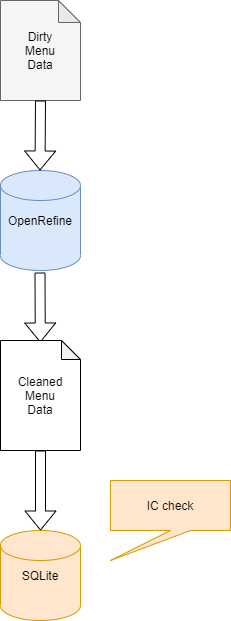
Before: Deliverables/Overall_Workflow.png, a diagram exported from draw.io (Yekai-Yu/DataCleaningFinalProject). Source tidied: cells renumbered, new cells last; positions are measured from the earlier drawing's top-left corner, leaving out a move shared by most shapes. Source of this version:
```xml
<mxGraphModel>
  <root>
    <mxCell id="0" />
    <mxCell id="1" parent="0" />
    <mxCell id="2" value="OpenRefine" style="shape=cylinder2;whiteSpace=wrap;html=1;boundedLbl=1;backgroundOutline=1;size=15;fillColor=#dae8fc;strokeColor=#6c8ebf;" parent="1" vertex="1">
      <mxGeometry y="170" width="80" height="100" as="geometry" />
    </mxCell>
    <mxCell id="3" style="shape=note;whiteSpace=wrap;html=1;backgroundOutline=1;darkOpacity=0.05;size=22;fillColor=#f5f5f5;strokeColor=#666666;fontColor=#333333;" parent="1" vertex="1">
      <mxGeometry width="80" height="100" as="geometry" />
    </mxCell>
    <mxCell id="4" style="shape=flexArrow;endArrow=classic;html=1;" parent="1" edge="1">
      <mxGeometry relative="1" as="geometry">
        <mxPoint x="40" y="100" as="sourcePoint" />
        <mxPoint x="39.5" y="170" as="targetPoint" />
      </mxGeometry>
    </mxCell>
    <mxCell id="5" style="shape=flexArrow;endArrow=classic;html=1;" parent="1" edge="1">
      <mxGeometry relative="1" as="geometry">
        <mxPoint x="39.5" y="272" as="sourcePoint" />
        <mxPoint x="39.8" y="342" as="targetPoint" />
      </mxGeometry>
    </mxCell>
    <mxCell id="6" value="Cleaned&lt;br&gt;Menu&lt;br&gt;Data" style="shape=note;whiteSpace=wrap;html=1;backgroundOutline=1;darkOpacity=0.05;size=19;" parent="1" vertex="1">
      <mxGeometry y="340" width="80" height="110" as="geometry" />
    </mxCell>
    <mxCell id="7" value="SQLite" style="shape=cylinder2;whiteSpace=wrap;html=1;boundedLbl=1;backgroundOutline=1;size=15;fillColor=#ffe6cc;strokeColor=#d79b00;" parent="1" vertex="1">
      <mxGeometry y="530" width="80" height="90" as="geometry" />
    </mxCell>
    <mxCell id="8" style="shape=flexArrow;endArrow=classic;html=1;exitX=0.5;exitY=1;exitDx=0;exitDy=0;exitPerimeter=0;" parent="1" edge="1" source="6">
      <mxGeometry relative="1" as="geometry">
        <mxPoint x="40" y="530" as="targetPoint" />
      </mxGeometry>
    </mxCell>
    <mxCell id="9" value="Dirty&lt;br&gt;Menu&lt;br&gt;Data" style="text;html=1;strokeColor=none;fillColor=none;align=center;verticalAlign=middle;whiteSpace=wrap;rounded=0;" parent="1" vertex="1">
      <mxGeometry x="20" y="40" width="40" height="20" as="geometry" />
    </mxCell>
    <mxCell id="10" value="IC check" style="shape=callout;whiteSpace=wrap;html=1;perimeter=calloutPerimeter;position2=0;fillColor=#ffe6cc;strokeColor=#d79b00;" parent="1" vertex="1">
      <mxGeometry x="110" y="480" width="120" height="80" as="geometry" />
    </mxCell>
  </root>
</mxGraphModel>
```
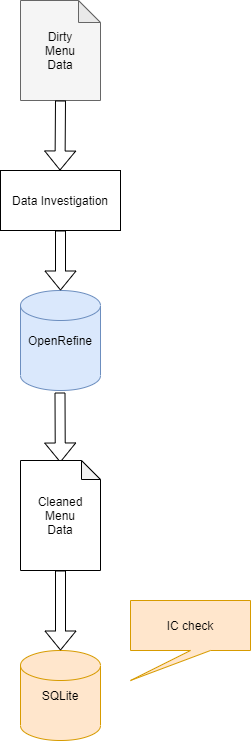
Later version of the same file.

Change to the diagram source:
```diff
@@ -6,12 +6,12 @@
       <mxGeometry y="170" width="80" height="100" as="geometry" />
     </mxCell>
     <mxCell id="3" style="shape=note;whiteSpace=wrap;html=1;backgroundOutline=1;darkOpacity=0.05;size=22;fillColor=#f5f5f5;strokeColor=#666666;fontColor=#333333;" parent="1" vertex="1">
-      <mxGeometry width="80" height="100" as="geometry" />
+      <mxGeometry y="-120" width="80" height="100" as="geometry" />
     </mxCell>
     <mxCell id="4" style="shape=flexArrow;endArrow=classic;html=1;" parent="1" edge="1">
       <mxGeometry relative="1" as="geometry">
-        <mxPoint x="40" y="100" as="sourcePoint" />
-        <mxPoint x="39.5" y="170" as="targetPoint" />
+        <mxPoint x="40" y="-20" as="sourcePoint" />
+        <mxPoint x="39.5" y="50" as="targetPoint" />
       </mxGeometry>
     </mxCell>
     <mxCell id="5" style="shape=flexArrow;endArrow=classic;html=1;" parent="1" edge="1">
@@ -32,10 +32,18 @@
       </mxGeometry>
     </mxCell>
     <mxCell id="9" value="Dirty&lt;br&gt;Menu&lt;br&gt;Data" style="text;html=1;strokeColor=none;fillColor=none;align=center;verticalAlign=middle;whiteSpace=wrap;rounded=0;" parent="1" vertex="1">
-      <mxGeometry x="20" y="40" width="40" height="20" as="geometry" />
+      <mxGeometry x="20" y="-80" width="40" height="20" as="geometry" />
     </mxCell>
     <mxCell id="10" value="IC check" style="shape=callout;whiteSpace=wrap;html=1;perimeter=calloutPerimeter;position2=0;fillColor=#ffe6cc;strokeColor=#d79b00;" parent="1" vertex="1">
       <mxGeometry x="110" y="480" width="120" height="80" as="geometry" />
     </mxCell>
+    <mxCell id="11" value="Data Investigation" style="rounded=0;whiteSpace=wrap;html=1;" parent="1" vertex="1">
+      <mxGeometry x="-20" y="50" width="120" height="60" as="geometry" />
+    </mxCell>
+    <mxCell id="12" style="shape=flexArrow;endArrow=classic;html=1;" parent="1" edge="1" target="2">
+      <mxGeometry relative="1" as="geometry">
+        <mxPoint x="40" y="110" as="sourcePoint" />
+      </mxGeometry>
+    </mxCell>
   </root>
 </mxGraphModel>
```
